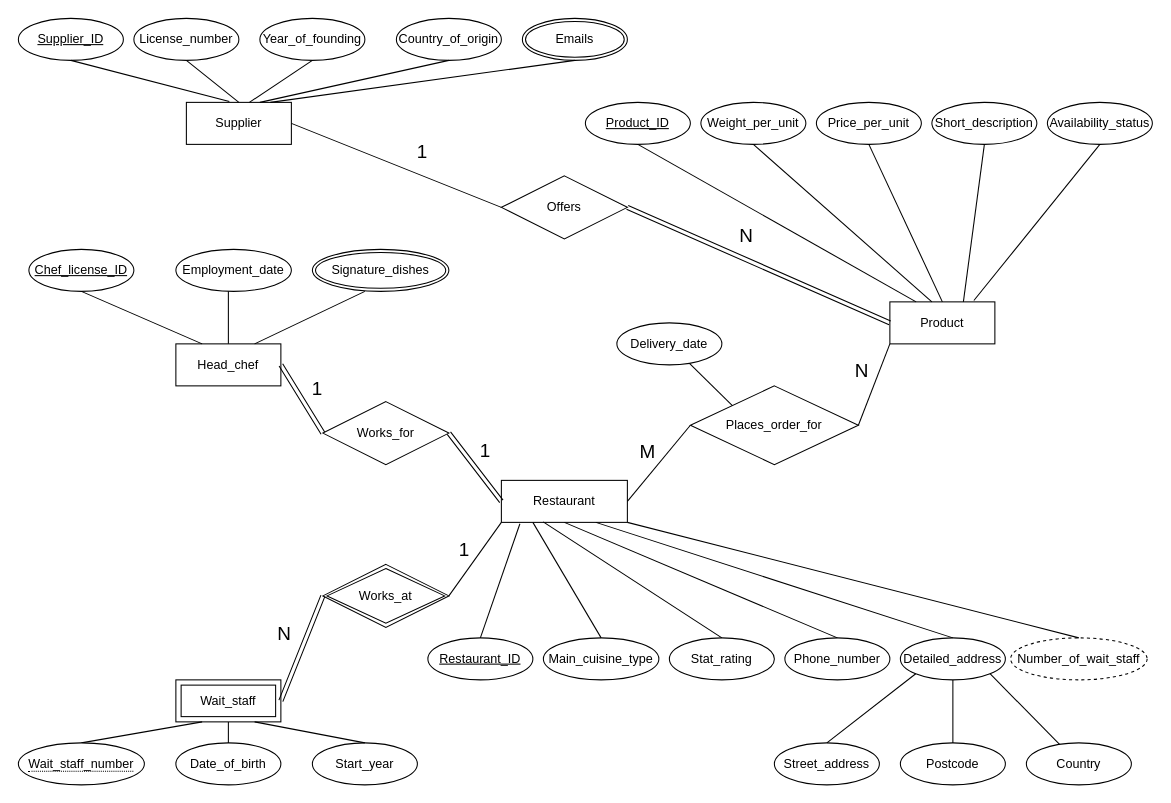
This is Untitled Diagram.drawio from Jack-UNSW/ohmyzsh, a draw.io file, before an edit. Source tidied: cells renumbered, new cells numbered last; positions are measured from the earlier drawing's top-left corner, leaving out a move shared by most shapes. Both pictures are drawn from the tidied source at 105%, with x=0, y=0 at pixel (18, 18).
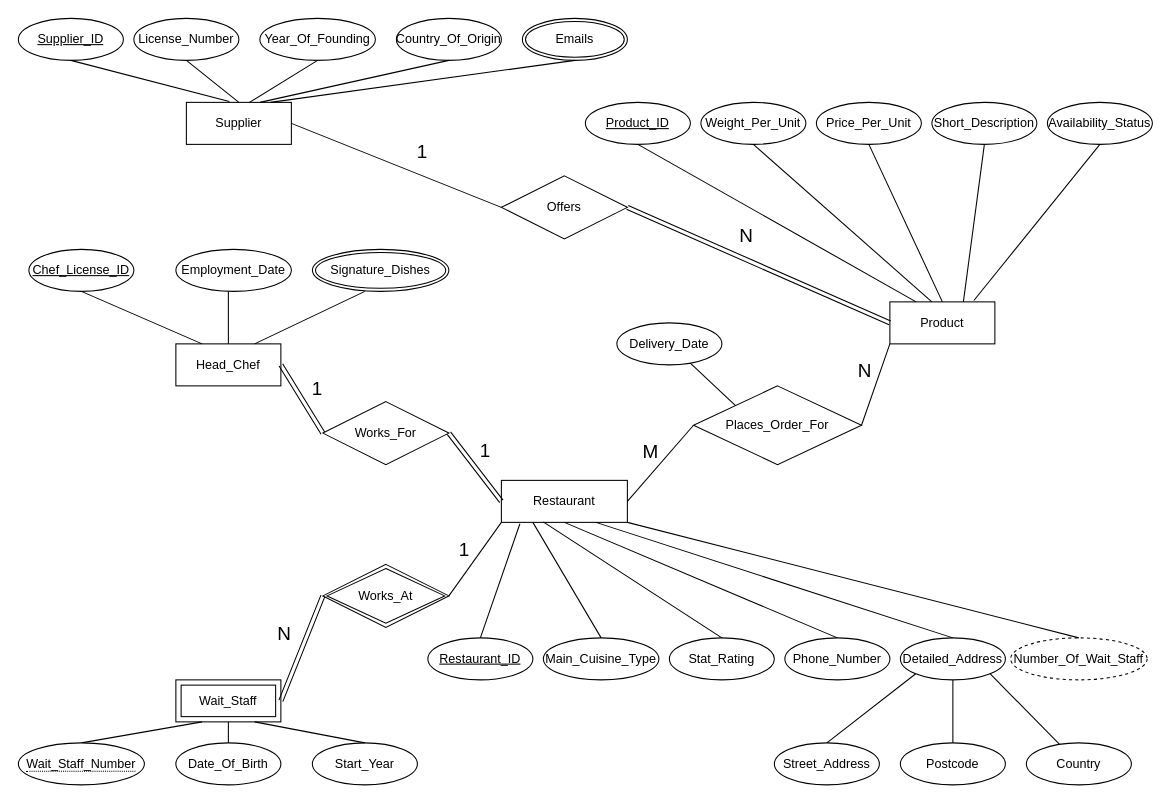
After the change.

Diff of the diagram source:
```diff
@@
-    <mxCell id="4" value="Head_chef" style="whiteSpace=wrap;html=1;align=center;" parent="1" vertex="1">
+    <mxCell id="4" value="Head_Chef" style="whiteSpace=wrap;html=1;align=center;" parent="1" vertex="1">
       <mxGeometry x="150" y="310" width="100" height="40" as="geometry" />
     </mxCell>
-    <mxCell id="5" value="Wait_staff" style="shape=ext;margin=3;double=1;whiteSpace=wrap;html=1;align=center;" parent="1" vertex="1">
+    <mxCell id="5" value="Wait_Staff" style="shape=ext;margin=3;double=1;whiteSpace=wrap;html=1;align=center;" parent="1" vertex="1">
       <mxGeometry x="150" y="630" width="100" height="40" as="geometry" />
     </mxCell>
-    <mxCell id="6" value="Works_at" style="shape=rhombus;double=1;perimeter=rhombusPerimeter;whiteSpace=wrap;html=1;align=center;" parent="1" vertex="1">
+    <mxCell id="6" value="Works_At" style="shape=rhombus;double=1;perimeter=rhombusPerimeter;whiteSpace=wrap;html=1;align=center;" parent="1" vertex="1">
       <mxGeometry x="290" y="520" width="120" height="60" as="geometry" />
     </mxCell>
@@
-    <mxCell id="8" value="License_number" style="ellipse;whiteSpace=wrap;html=1;align=center;" parent="1" vertex="1">
+    <mxCell id="8" value="License_Number" style="ellipse;whiteSpace=wrap;html=1;align=center;" parent="1" vertex="1">
       <mxGeometry x="110" width="100" height="40" as="geometry" />
     </mxCell>
-    <mxCell id="9" value="Year_of_founding" style="ellipse;whiteSpace=wrap;html=1;align=center;" parent="1" vertex="1">
-      <mxGeometry x="230" width="100" height="40" as="geometry" />
+    <mxCell id="9" value="Year_Of_Founding" style="ellipse;whiteSpace=wrap;html=1;align=center;" parent="1" vertex="1">
+      <mxGeometry x="230" width="110" height="40" as="geometry" />
     </mxCell>
-    <mxCell id="10" value="Country_of_origin" style="ellipse;whiteSpace=wrap;html=1;align=center;" parent="1" vertex="1">
+    <mxCell id="10" value="Country_Of_Origin" style="ellipse;whiteSpace=wrap;html=1;align=center;" parent="1" vertex="1">
       <mxGeometry x="360" width="100" height="40" as="geometry" />
     </mxCell>
@@
-    <mxCell id="13" value="Weight_per_unit" style="ellipse;whiteSpace=wrap;html=1;align=center;" parent="1" vertex="1">
+    <mxCell id="13" value="Weight_Per_Unit" style="ellipse;whiteSpace=wrap;html=1;align=center;" parent="1" vertex="1">
       <mxGeometry x="650" y="80" width="100" height="40" as="geometry" />
     </mxCell>
-    <mxCell id="14" value="Price_per_unit" style="ellipse;whiteSpace=wrap;html=1;align=center;" parent="1" vertex="1">
+    <mxCell id="14" value="Price_Per_Unit" style="ellipse;whiteSpace=wrap;html=1;align=center;" parent="1" vertex="1">
       <mxGeometry x="760" y="80" width="100" height="40" as="geometry" />
     </mxCell>
-    <mxCell id="15" value="Short_description" style="ellipse;whiteSpace=wrap;html=1;align=center;" parent="1" vertex="1">
+    <mxCell id="15" value="Short_Description" style="ellipse;whiteSpace=wrap;html=1;align=center;" parent="1" vertex="1">
       <mxGeometry x="870" y="80" width="100" height="40" as="geometry" />
     </mxCell>
-    <mxCell id="16" value="Availability_status" style="ellipse;whiteSpace=wrap;html=1;align=center;" parent="1" vertex="1">
+    <mxCell id="16" value="Availability_Status" style="ellipse;whiteSpace=wrap;html=1;align=center;" parent="1" vertex="1">
       <mxGeometry x="980" y="80" width="100" height="40" as="geometry" />
     </mxCell>
@@
-    <mxCell id="24" value="Works_for" style="shape=rhombus;perimeter=rhombusPerimeter;whiteSpace=wrap;html=1;align=center;" parent="1" vertex="1">
+    <mxCell id="24" value="Works_For" style="shape=rhombus;perimeter=rhombusPerimeter;whiteSpace=wrap;html=1;align=center;" parent="1" vertex="1">
       <mxGeometry x="290" y="365" width="120" height="60" as="geometry" />
     </mxCell>
@@
-    <mxCell id="33" value="Places_order_for" style="shape=rhombus;perimeter=rhombusPerimeter;whiteSpace=wrap;html=1;align=center;" parent="1" vertex="1">
-      <mxGeometry x="640" y="350" width="160" height="75" as="geometry" />
+    <mxCell id="33" value="Places_Order_For" style="shape=rhombus;perimeter=rhombusPerimeter;whiteSpace=wrap;html=1;align=center;" parent="1" vertex="1">
+      <mxGeometry x="643" y="350" width="160" height="75" as="geometry" />
     </mxCell>
-    <mxCell id="34" value="Delivery_date" style="ellipse;whiteSpace=wrap;html=1;align=center;" parent="1" vertex="1">
+    <mxCell id="34" value="Delivery_Date" style="ellipse;whiteSpace=wrap;html=1;align=center;" parent="1" vertex="1">
       <mxGeometry x="570" y="290" width="100" height="40" as="geometry" />
     </mxCell>
@@
-    <mxCell id="37" value="Main_cuisine_type" style="ellipse;whiteSpace=wrap;html=1;align=center;" parent="1" vertex="1">
+    <mxCell id="37" value="Main_Cuisine_Type" style="ellipse;whiteSpace=wrap;html=1;align=center;" parent="1" vertex="1">
       <mxGeometry x="500" y="590" width="110" height="40" as="geometry" />
     </mxCell>
-    <mxCell id="38" value="Stat_rating" style="ellipse;whiteSpace=wrap;html=1;align=center;" parent="1" vertex="1">
+    <mxCell id="38" value="Stat_Rating" style="ellipse;whiteSpace=wrap;html=1;align=center;" parent="1" vertex="1">
       <mxGeometry x="620" y="590" width="100" height="40" as="geometry" />
     </mxCell>
-    <mxCell id="39" value="Phone_number" style="ellipse;whiteSpace=wrap;html=1;align=center;" parent="1" vertex="1">
+    <mxCell id="39" value="Phone_Number" style="ellipse;whiteSpace=wrap;html=1;align=center;" parent="1" vertex="1">
       <mxGeometry x="730" y="590" width="100" height="40" as="geometry" />
     </mxCell>
-    <mxCell id="40" value="Detailed_address" style="ellipse;whiteSpace=wrap;html=1;align=center;" parent="1" vertex="1">
+    <mxCell id="40" value="Detailed_Address" style="ellipse;whiteSpace=wrap;html=1;align=center;" parent="1" vertex="1">
       <mxGeometry x="840" y="590" width="100" height="40" as="geometry" />
     </mxCell>
@@
-    <mxCell id="55" value="Street_address" style="ellipse;whiteSpace=wrap;html=1;align=center;" parent="1" vertex="1">
+    <mxCell id="55" value="Street_Address" style="ellipse;whiteSpace=wrap;html=1;align=center;" parent="1" vertex="1">
       <mxGeometry x="720" y="690" width="100" height="40" as="geometry" />
     </mxCell>
@@
-    <mxCell id="60" value="Chef_license_ID" style="ellipse;whiteSpace=wrap;html=1;align=center;fontStyle=4;" parent="1" vertex="1">
+    <mxCell id="60" value="Chef_License_ID" style="ellipse;whiteSpace=wrap;html=1;align=center;fontStyle=4;" parent="1" vertex="1">
       <mxGeometry x="10" y="220" width="100" height="40" as="geometry" />
     </mxCell>
-    <mxCell id="61" value="Employment_date" style="ellipse;whiteSpace=wrap;html=1;align=center;" parent="1" vertex="1">
+    <mxCell id="61" value="Employment_Date" style="ellipse;whiteSpace=wrap;html=1;align=center;" parent="1" vertex="1">
       <mxGeometry x="150" y="220" width="110" height="40" as="geometry" />
     </mxCell>
@@
-    <mxCell id="63" value="Signature_dishes" style="ellipse;shape=doubleEllipse;margin=3;whiteSpace=wrap;html=1;align=center;" parent="1" vertex="1">
+    <mxCell id="63" value="Signature_Dishes" style="ellipse;shape=doubleEllipse;margin=3;whiteSpace=wrap;html=1;align=center;" parent="1" vertex="1">
       <mxGeometry x="280" y="220" width="130" height="40" as="geometry" />
     </mxCell>
@@
-    <mxCell id="66" value="Number_of_wait_staff" style="ellipse;whiteSpace=wrap;html=1;align=center;dashed=1;" parent="1" vertex="1">
+    <mxCell id="66" value="Number_Of_Wait_Staff" style="ellipse;whiteSpace=wrap;html=1;align=center;dashed=1;" parent="1" vertex="1">
       <mxGeometry x="945" y="590" width="130" height="40" as="geometry" />
     </mxCell>
@@
-    <mxCell id="72" value="Date_of_birth" style="ellipse;whiteSpace=wrap;html=1;align=center;fontSize=12;" parent="1" vertex="1">
+    <mxCell id="72" value="Date_Of_Birth" style="ellipse;whiteSpace=wrap;html=1;align=center;fontSize=12;" parent="1" vertex="1">
       <mxGeometry x="150" y="690" width="100" height="40" as="geometry" />
     </mxCell>
-    <mxCell id="73" value="Start_year" style="ellipse;whiteSpace=wrap;html=1;align=center;fontSize=12;" parent="1" vertex="1">
+    <mxCell id="73" value="Start_Year" style="ellipse;whiteSpace=wrap;html=1;align=center;fontSize=12;" parent="1" vertex="1">
       <mxGeometry x="280" y="690" width="100" height="40" as="geometry" />
     </mxCell>
@@
-    <mxCell id="77" value="&lt;span style=&quot;border-bottom: 1px dotted&quot;&gt;Wait_staff_number&lt;/span&gt;" style="ellipse;whiteSpace=wrap;html=1;align=center;fontSize=12;" parent="1" vertex="1">
+    <mxCell id="77" value="&lt;span style=&quot;border-bottom: 1px dotted&quot;&gt;Wait_Staff_Number&lt;/span&gt;" style="ellipse;whiteSpace=wrap;html=1;align=center;fontSize=12;" parent="1" vertex="1">
       <mxGeometry y="690" width="120" height="40" as="geometry" />
     </mxCell>
```
